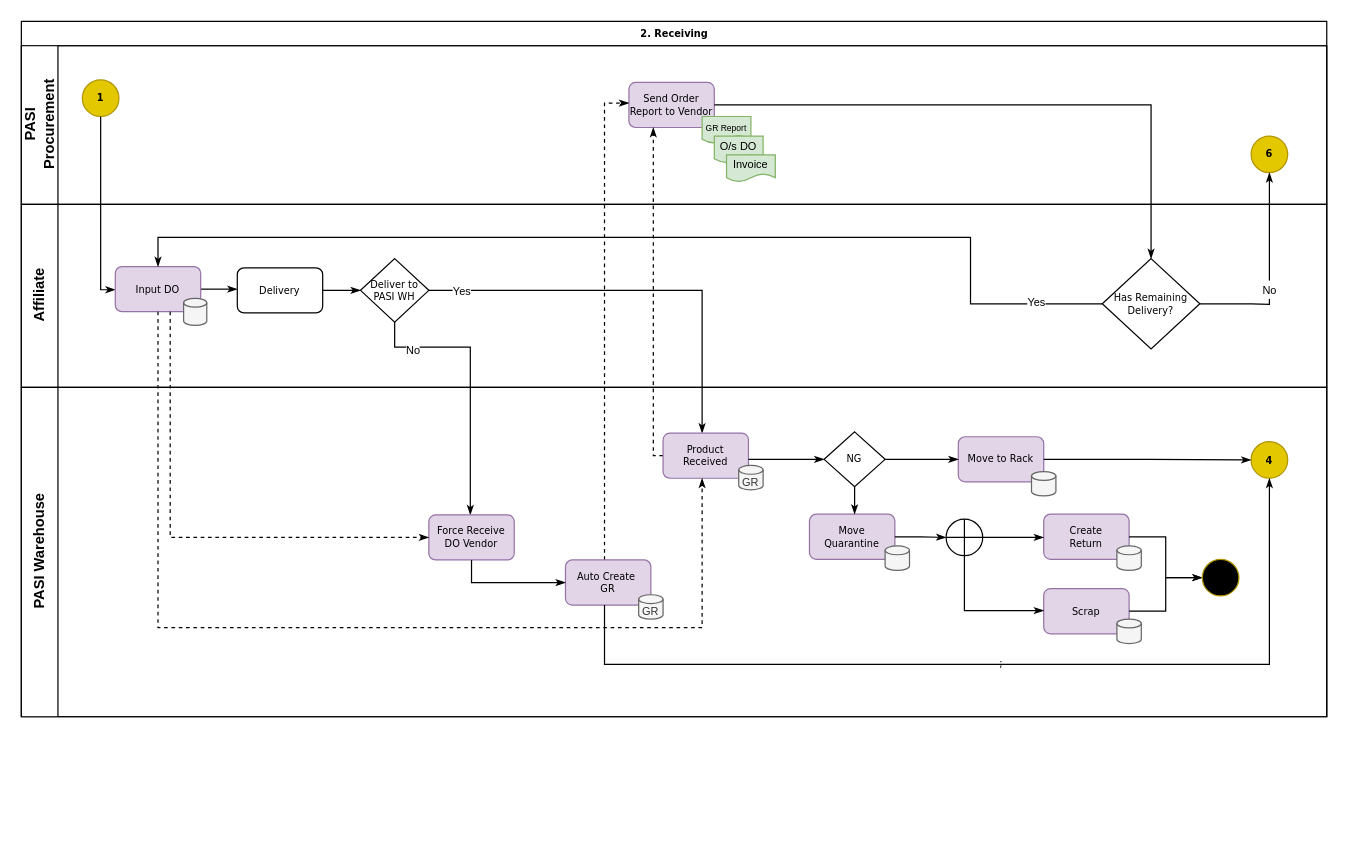
Before: page "2. Receiving" (2 of 5) of PASI - WMS.drawio in hendrasaputra0501/pasi-bpa, a draw.io diagram. Source tidied: cells renumbered, new cells numbered last; positions are measured from the earlier drawing's top-left corner, leaving out a move shared by most shapes. Both pictures are drawn from the tidied source at 122%, with x=0, y=0 at pixel (21, 21).
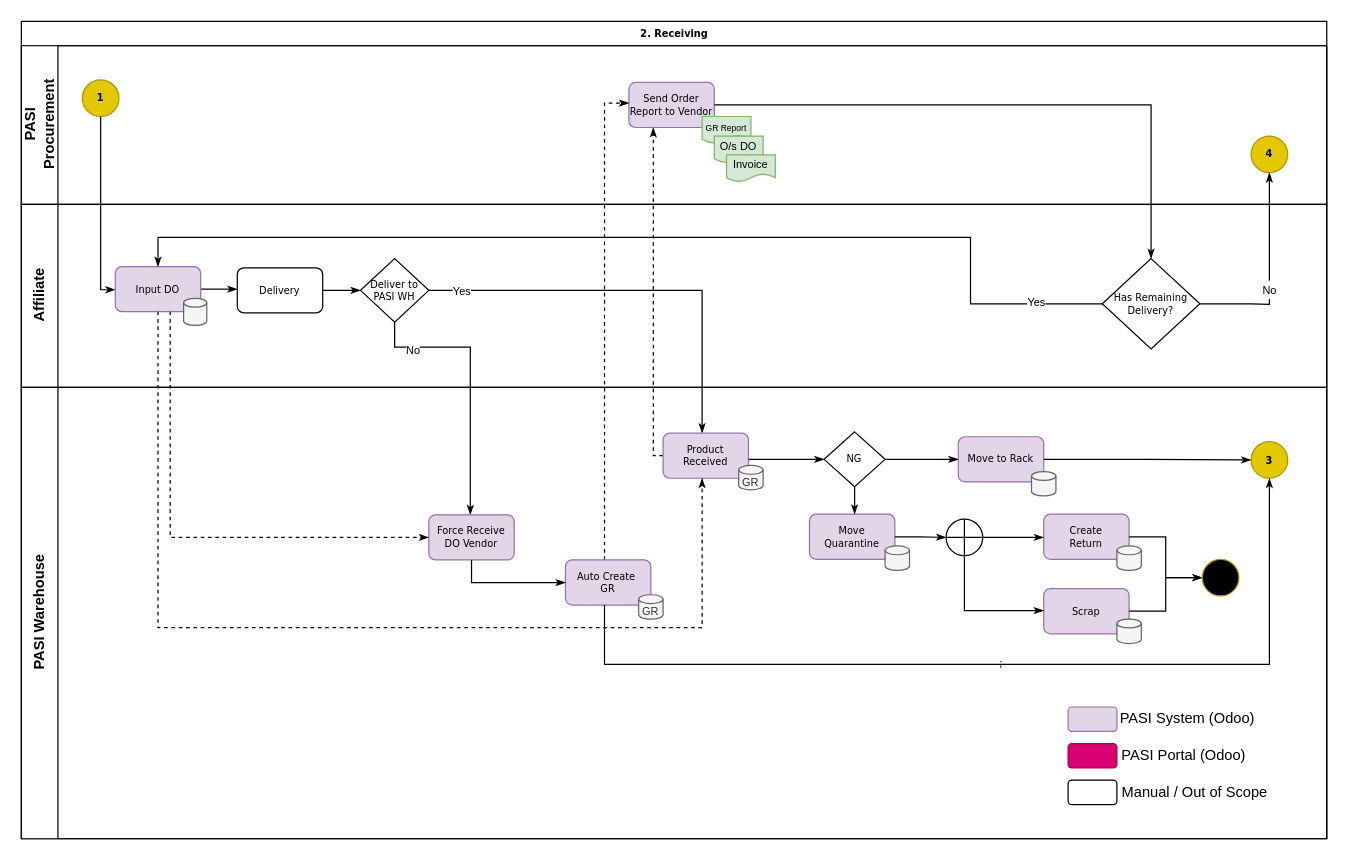
After the change.

Unchanged cells that the change refers to:
```xml
<mxCell id="3" value="PASI&lt;div&gt;Procurement&lt;/div&gt;" style="swimlane;html=1;startSize=30;horizontal=0;" parent="2" vertex="1">
  <mxGeometry y="20" width="1070" height="130" as="geometry" />
</mxCell>
```

Change to the diagram source:
```diff
@@
     <mxCell id="2" value="2. Receiving" style="swimlane;html=1;horizontal=1;startSize=20;rounded=0;shadow=0;labelBackgroundColor=none;strokeWidth=1;fontFamily=Verdana;fontSize=8;align=center;" parent="1" vertex="1">
-      <mxGeometry width="1070" height="570" as="geometry" />
+      <mxGeometry width="1070" height="670" as="geometry" />
     </mxCell>
@@
-    <mxCell id="9" value="&lt;b&gt;6&lt;/b&gt;" style="ellipse;whiteSpace=wrap;html=1;rounded=0;shadow=0;labelBackgroundColor=none;strokeWidth=1;fontFamily=Verdana;fontSize=8;align=center;fillColor=#e3c800;fontColor=#000000;strokeColor=#B09500;" parent="3" vertex="1">
+    <mxCell id="9" value="&lt;b&gt;4&lt;/b&gt;" style="ellipse;whiteSpace=wrap;html=1;rounded=0;shadow=0;labelBackgroundColor=none;strokeWidth=1;fontFamily=Verdana;fontSize=8;align=center;fillColor=#e3c800;fontColor=#000000;strokeColor=#B09500;" parent="3" vertex="1">
       <mxGeometry x="1008" y="74" width="30" height="30" as="geometry" />
     </mxCell>
@@
     <mxCell id="28" value="PASI Warehouse" style="swimlane;html=1;startSize=30;horizontal=0;" parent="2" vertex="1">
-      <mxGeometry y="300" width="1070" height="270" as="geometry" />
+      <mxGeometry y="300" width="1070" height="370" as="geometry" />
     </mxCell>
@@
-    <mxCell id="48" value="&lt;b&gt;4&lt;/b&gt;" style="ellipse;whiteSpace=wrap;html=1;rounded=0;shadow=0;labelBackgroundColor=none;strokeWidth=1;fontFamily=Verdana;fontSize=8;align=center;fillColor=#e3c800;strokeColor=#B09500;verticalAlign=middle;fontColor=#000000;" parent="28" vertex="1">
+    <mxCell id="48" value="&lt;b&gt;3&lt;/b&gt;" style="ellipse;whiteSpace=wrap;html=1;rounded=0;shadow=0;labelBackgroundColor=none;strokeWidth=1;fontFamily=Verdana;fontSize=8;align=center;fillColor=#e3c800;strokeColor=#B09500;verticalAlign=middle;fontColor=#000000;" parent="28" vertex="1">
       <mxGeometry x="1008" y="44.5" width="30" height="30" as="geometry" />
     </mxCell>
@@
+    <mxCell id="61" style="rounded=1;whiteSpace=wrap;html=1;fontSize=8;fillColor=#e1d5e7;strokeColor=#9673a6;shadow=0;strokeWidth=1;align=center;verticalAlign=middle;fontFamily=Verdana;fontColor=default;labelBackgroundColor=none;" parent="28" vertex="1">
+      <mxGeometry x="858" y="262" width="40" height="20" as="geometry" />
+    </mxCell>
+    <mxCell id="62" style="rounded=1;whiteSpace=wrap;html=1;fontSize=8;fillColor=#d80073;strokeColor=#A50040;shadow=0;strokeWidth=1;align=center;verticalAlign=middle;fontFamily=Verdana;fontColor=#ffffff;labelBackgroundColor=none;" parent="28" vertex="1">
+      <mxGeometry x="858" y="292" width="40" height="20" as="geometry" />
+    </mxCell>
+    <mxCell id="63" style="rounded=1;whiteSpace=wrap;html=1;fontSize=10;" parent="28" vertex="1">
+      <mxGeometry x="858" y="322" width="40" height="20" as="geometry" />
+    </mxCell>
+    <mxCell id="64" value="PASI System (Odoo)" style="text;html=1;strokeColor=none;fillColor=none;align=center;verticalAlign=middle;whiteSpace=wrap;rounded=0;" parent="28" vertex="1">
+      <mxGeometry x="898" y="257" width="115.5" height="30" as="geometry" />
+    </mxCell>
+    <mxCell id="65" value="PASI Portal (Odoo)" style="text;html=1;strokeColor=none;fillColor=none;align=center;verticalAlign=middle;whiteSpace=wrap;rounded=0;" parent="28" vertex="1">
+      <mxGeometry x="898" y="287" width="110" height="30" as="geometry" />
+    </mxCell>
+    <mxCell id="66" value="Manual / Out of Scope" style="text;html=1;strokeColor=none;fillColor=none;align=center;verticalAlign=middle;whiteSpace=wrap;rounded=0;" parent="28" vertex="1">
+      <mxGeometry x="898" y="317" width="127.5" height="30" as="geometry" />
+    </mxCell>
```
